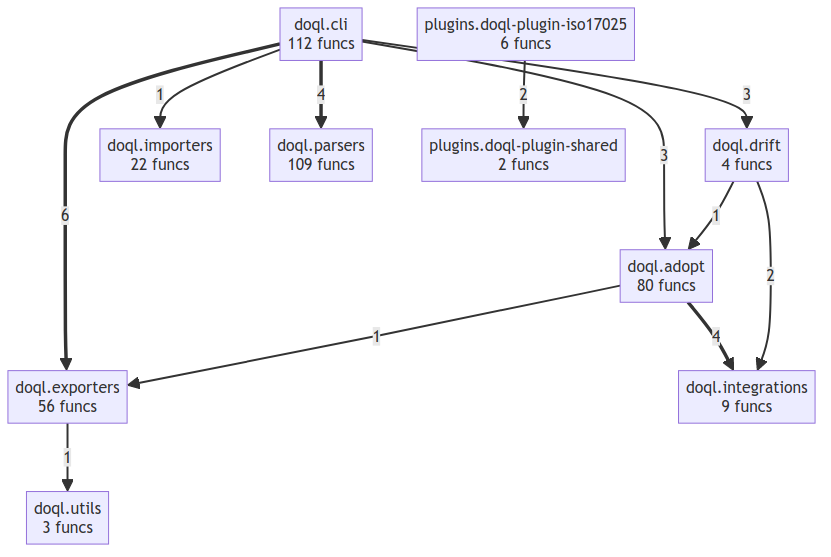
oqlos/doql keeps this Mermaid diagram as project/compact_flow.png. Above is the earlier version. Its source is kept beside it as project/compact_flow.mmd.
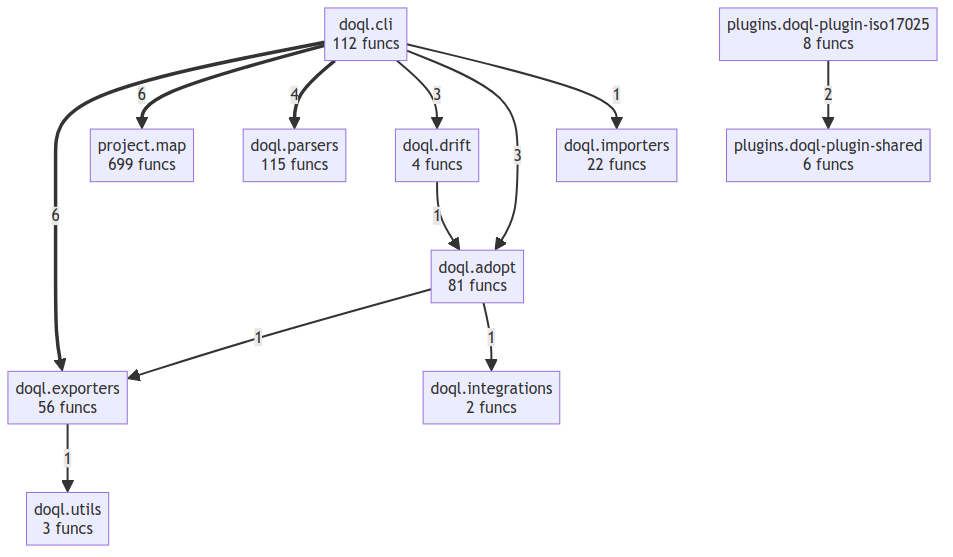
The same file after the commit.

What changed in the source:
```diff
@@ -1,22 +1,23 @@
 flowchart TD
-    doql__adopt["doql.adopt<br/>80 funcs"]
+    doql__adopt["doql.adopt<br/>81 funcs"]
     doql__cli["doql.cli<br/>112 funcs"]
     doql__drift["doql.drift<br/>4 funcs"]
     doql__exporters["doql.exporters<br/>56 funcs"]
     doql__importers["doql.importers<br/>22 funcs"]
-    doql__integrations["doql.integrations<br/>9 funcs"]
-    doql__parsers["doql.parsers<br/>109 funcs"]
+    doql__integrations["doql.integrations<br/>2 funcs"]
+    doql__parsers["doql.parsers<br/>115 funcs"]
     doql__utils["doql.utils<br/>3 funcs"]
-    plugins__doql_plugin_iso17025["plugins.doql-plugin-iso17025<br/>6 funcs"]
-    plugins__doql_plugin_shared["plugins.doql-plugin-shared<br/>2 funcs"]
+    plugins__doql_plugin_iso17025["plugins.doql-plugin-iso17025<br/>8 funcs"]
+    plugins__doql_plugin_shared["plugins.doql-plugin-shared<br/>6 funcs"]
+    project__map["project.map<br/>699 funcs"]
     doql__cli ==>|6| doql__exporters
+    doql__cli ==>|6| project__map
     doql__cli ==>|4| doql__parsers
-    doql__adopt ==>|4| doql__integrations
+    doql__cli -->|3| doql__drift
     doql__cli -->|3| doql__adopt
-    doql__cli -->|3| doql__drift
-    doql__drift -->|2| doql__integrations
     plugins__doql_plugin_iso17025 -->|2| plugins__doql_plugin_shared
     doql__drift -->|1| doql__adopt
     doql__cli -->|1| doql__importers
     doql__exporters -->|1| doql__utils
     doql__adopt -->|1| doql__exporters
+    doql__adopt -->|1| doql__integrations
```
